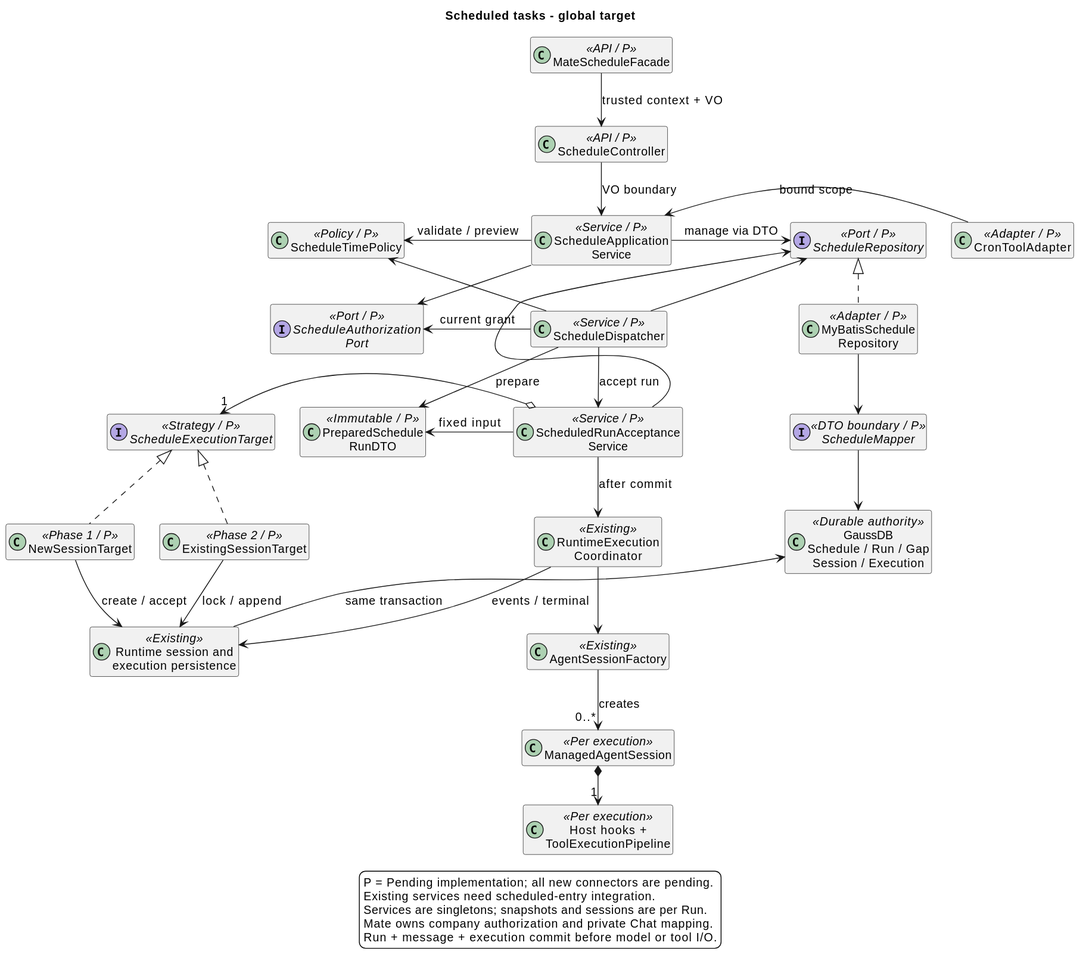
Above: 01-总体架构/08-CampusClaw定时任务/scheduled_task_architecture.svg in ssm0808/pi-mono-java-design (PlantUML), before the change. Its diagram source:
```plantuml
@startuml
title Scheduled tasks - global target
skinparam backgroundColor white
skinparam defaultFontSize 14
skinparam classAttributeIconSize 0
skinparam nodesep 30
skinparam ranksep 45
hide empty members
class "MateScheduleFacade" as Mate <<API / P>>
class "ScheduleController" as Api <<API / P>>
class "CronToolAdapter" as Tool <<Adapter / P>>
class "ScheduleApplication\nService" as App <<Service / P>>
class "ScheduleDispatcher" as Dispatch <<Service / P>>
interface "ScheduleAuthorization\nPort" as Auth <<Port / P>>
class "ScheduleTimePolicy" as Time <<Policy / P>>
class "PreparedSchedule\nRunDTO" as Snapshot <<Immutable / P>>
interface "ScheduleRepository" as Repo <<Port / P>>
class "MyBatisSchedule\nRepository" as RepoImpl <<Adapter / P>>
interface "ScheduleMapper" as Mapper <<DTO boundary / P>>
class "GaussDB\nSchedule / Run / Gap\nSession / Execution" as Db <<Durable authority>>
class "ScheduledRunAcceptance\nService" as Accept <<Service / P>>
interface "ScheduleExecutionTarget" as Target <<Strategy / P>>
class "NewSessionTarget" as New <<Phase 1 / P>>
class "ExistingSessionTarget" as Existing <<Phase 2 / P>>
class "Runtime session and\nexecution persistence" as Persist <<Existing>>
class "RuntimeExecution\nCoordinator" as Coordinator <<Existing>>
class "AgentSessionFactory" as Factory <<Existing>>
class "ManagedAgentSession" as Session <<Per execution>>
class "Host hooks +\nToolExecutionPipeline" as Pipeline <<Per execution>>
Mate -down-> Api : trusted context + VO
Api -down-> App : VO boundary
Tool -left-> App : bound scope
App -down[hidden]-> Dispatch
Time -down[hidden]-> Auth
Auth -down[hidden]-> Snapshot
App -left-> Time : validate / preview
App -right-> Repo : manage via DTO
App -[norank]-> Auth
Dispatch -down-> Accept : accept run
Dispatch -left-> Auth : current grant
Dispatch -[norank]-> Time
Dispatch -[norank]-> Repo
Dispatch -[norank]-> Snapshot : prepare
Accept -left-> Snapshot : fixed input
Accept -[norank]-> Repo
Repo <|.. RepoImpl
RepoImpl -down-> Mapper
Mapper -down-> Db
Accept o-left-> "1" Target
Target <|.. New
Target <|.. Existing
New -down-> Persist : create / accept
Existing -down-> Persist : lock / append
Persist -[norank]-> Db : same transaction
Accept -down-> Coordinator : after commit
Coordinator -[norank]-> Persist : events / terminal
Coordinator -down-> Factory
Factory -down-> "0..*" Session : creates
Session *-down-> "1" Pipeline
legend bottom
  P = Pending implementation; all new connectors are pending.
  Existing services need scheduled-entry integration.
  Services are singletons; snapshots and sessions are per Run.
  Mate owns company authorization and private Chat mapping.
  Run + message + execution commit before model or tool I/O.
endlegend
@enduml
```
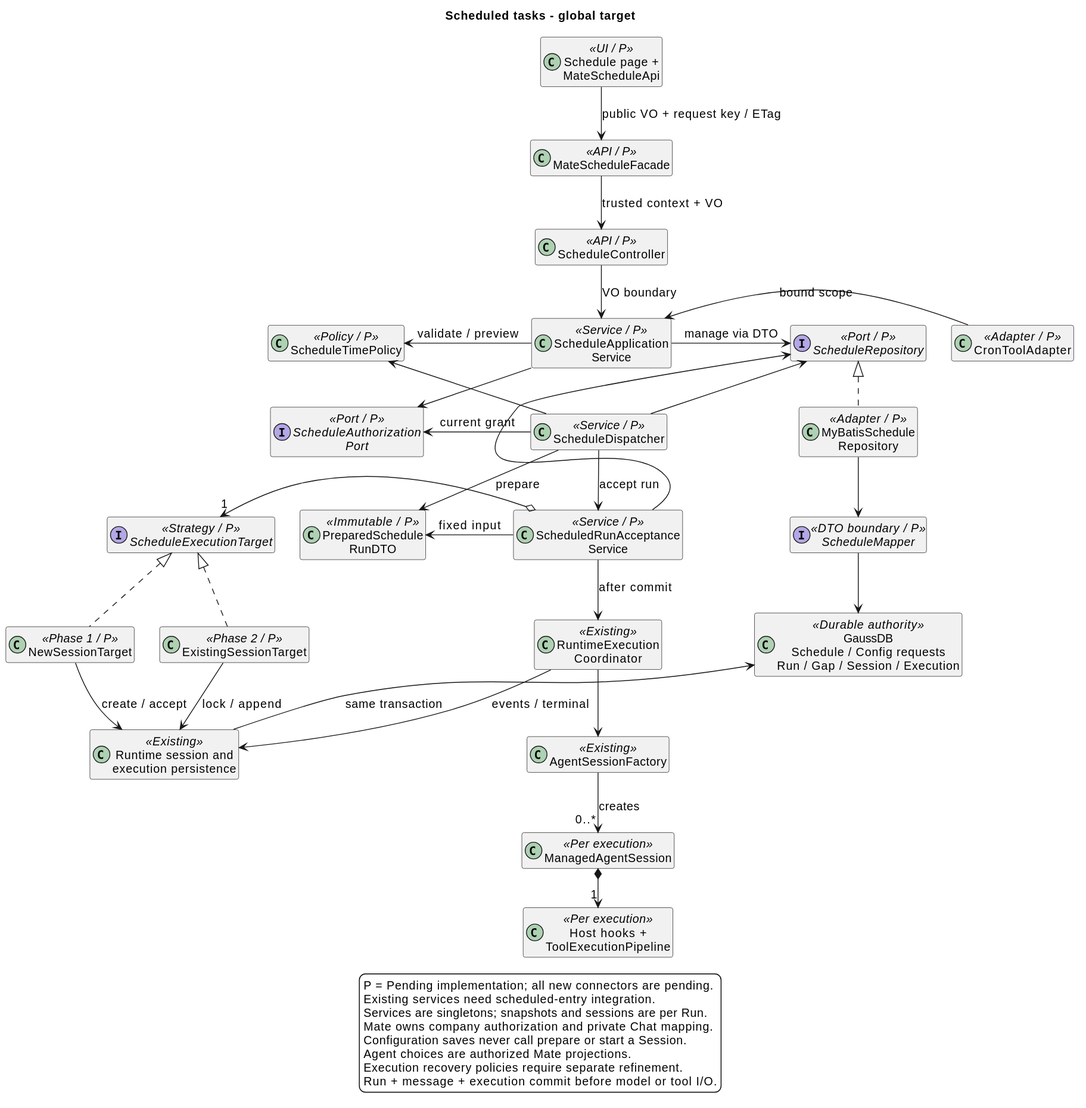
After the change.

Commit message:
docs(schedule): design end-to-end task configuration

What changed in the source:
```diff
@@ -6,6 +6,7 @@
 skinparam nodesep 30
 skinparam ranksep 45
 hide empty members
+class "Schedule page +\nMateScheduleApi" as Browser <<UI / P>>
 class "MateScheduleFacade" as Mate <<API / P>>
 class "ScheduleController" as Api <<API / P>>
 class "CronToolAdapter" as Tool <<Adapter / P>>
@@ -17,7 +18,7 @@
 interface "ScheduleRepository" as Repo <<Port / P>>
 class "MyBatisSchedule\nRepository" as RepoImpl <<Adapter / P>>
 interface "ScheduleMapper" as Mapper <<DTO boundary / P>>
-class "GaussDB\nSchedule / Run / Gap\nSession / Execution" as Db <<Durable authority>>
+class "GaussDB\nSchedule / Config requests\nRun / Gap / Session / Execution" as Db <<Durable authority>>
 class "ScheduledRunAcceptance\nService" as Accept <<Service / P>>
 interface "ScheduleExecutionTarget" as Target <<Strategy / P>>
 class "NewSessionTarget" as New <<Phase 1 / P>>
@@ -27,6 +28,7 @@
 class "AgentSessionFactory" as Factory <<Existing>>
 class "ManagedAgentSession" as Session <<Per execution>>
 class "Host hooks +\nToolExecutionPipeline" as Pipeline <<Per execution>>
+Browser -down-> Mate : public VO + request key / ETag
 Mate -down-> Api : trusted context + VO
 Api -down-> App : VO boundary
 Tool -left-> App : bound scope
@@ -62,6 +64,9 @@
   Existing services need scheduled-entry integration.
   Services are singletons; snapshots and sessions are per Run.
   Mate owns company authorization and private Chat mapping.
+  Configuration saves never call prepare or start a Session.
+  Agent choices are authorized Mate projections.
+  Execution recovery policies require separate refinement.
   Run + message + execution commit before model or tool I/O.
 endlegend
 @enduml
```
